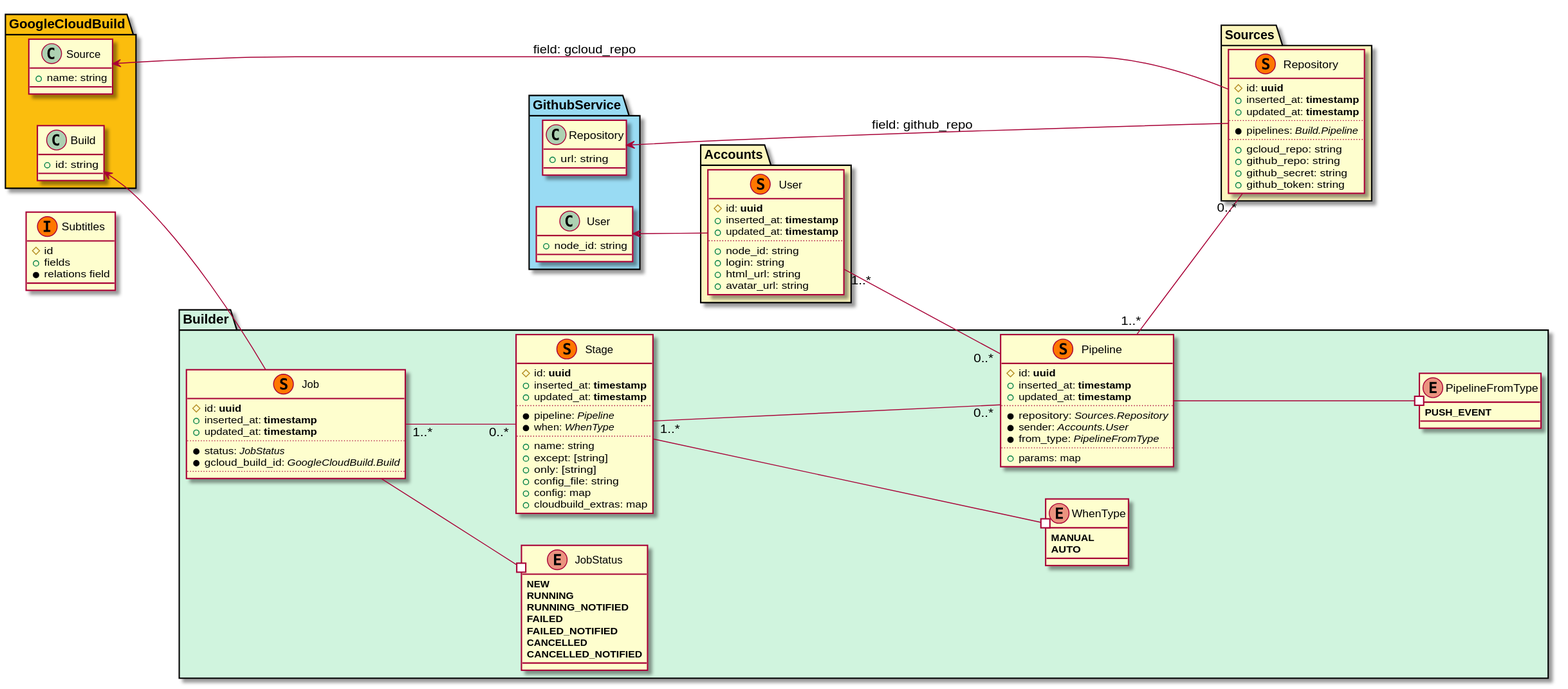
Before: docs/schemas.svg, a diagram exported from PlantUML (parafuzo/ohno).
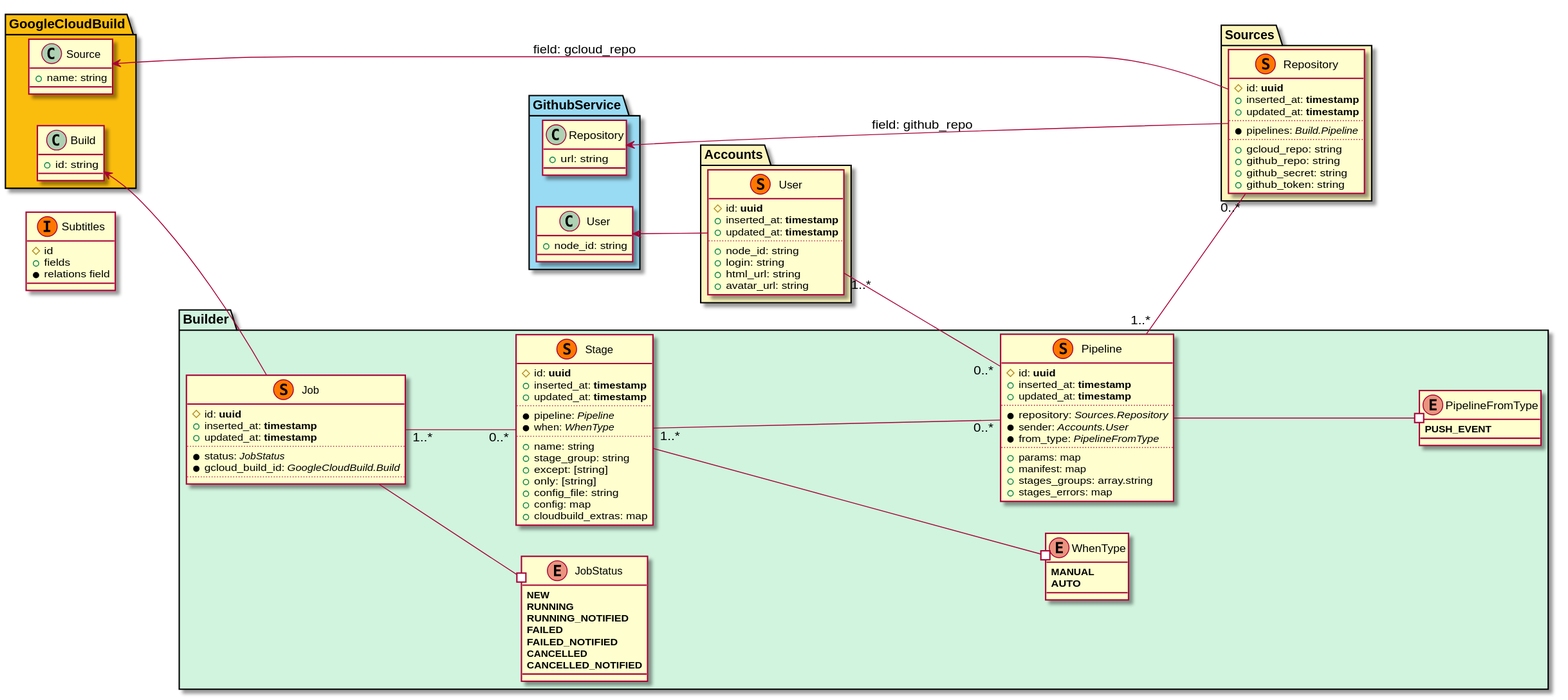
Later version of the same file.

What changed in the source:
```diff
@@ -68,6 +68,9 @@
     *from_type: <i>PipelineFromType</i>
     ..
     +params: map
+    +manifest: map
+    +stages_groups: array.string
+    +stages_errors: map
   }
 
   Pipeline "1..*" -- "0..*" Sources.Repository
@@ -82,6 +85,7 @@
     *when: <i>WhenType</i>
     ..
     +name: string
+    +stage_group: string
     +except: [string]
     +only: [string]
     +config_file: string
```
